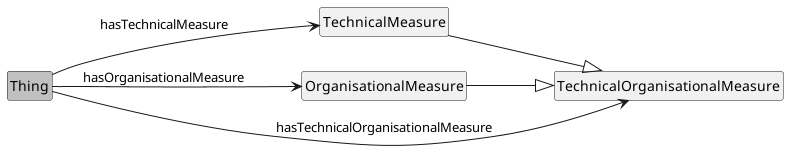
Before: media/overview_TechnicalOrganisationalMeasure.png, a diagram exported from PlantUML (jeswr/dpv). Its diagram source:
```plantuml
@startuml
!include style.plantuml
left to right direction

class Thing #silver
class TechnicalMeasure
class OrganisationalMeasure
class TechnicalOrganisationalMeasure

TechnicalMeasure --|> TechnicalOrganisationalMeasure
OrganisationalMeasure --|> TechnicalOrganisationalMeasure

Thing --> TechnicalOrganisationalMeasure : hasTechnicalOrganisationalMeasure
Thing --> OrganisationalMeasure : hasOrganisationalMeasure
Thing --> TechnicalMeasure : hasTechnicalMeasure

@enduml
```
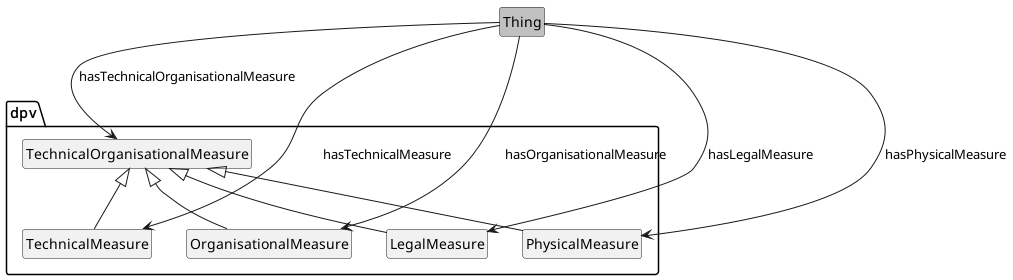
After the commit.

The edit, as a diff of the source:
```diff
@@ -1,17 +1,26 @@
 @startuml
 !include style.plantuml
-left to right direction
+top to bottom direction
 
 class Thing #silver
-class TechnicalMeasure
-class OrganisationalMeasure
-class TechnicalOrganisationalMeasure
+package dpv {
+	class TechnicalOrganisationalMeasure
+	class TechnicalMeasure
+	class OrganisationalMeasure
+	class LegalMeasure
+	class PhysicalMeasure
+}
 
-TechnicalMeasure --|> TechnicalOrganisationalMeasure
-OrganisationalMeasure --|> TechnicalOrganisationalMeasure
+TechnicalOrganisationalMeasure <|-- TechnicalMeasure
+TechnicalOrganisationalMeasure <|-- OrganisationalMeasure
+TechnicalOrganisationalMeasure <|-- LegalMeasure
+TechnicalOrganisationalMeasure <|-- PhysicalMeasure
 
 Thing --> TechnicalOrganisationalMeasure : hasTechnicalOrganisationalMeasure
 Thing --> OrganisationalMeasure : hasOrganisationalMeasure
 Thing --> TechnicalMeasure : hasTechnicalMeasure
+Thing --> LegalMeasure : hasLegalMeasure
+Thing --> PhysicalMeasure : hasPhysicalMeasure
+
 
 @enduml
```
